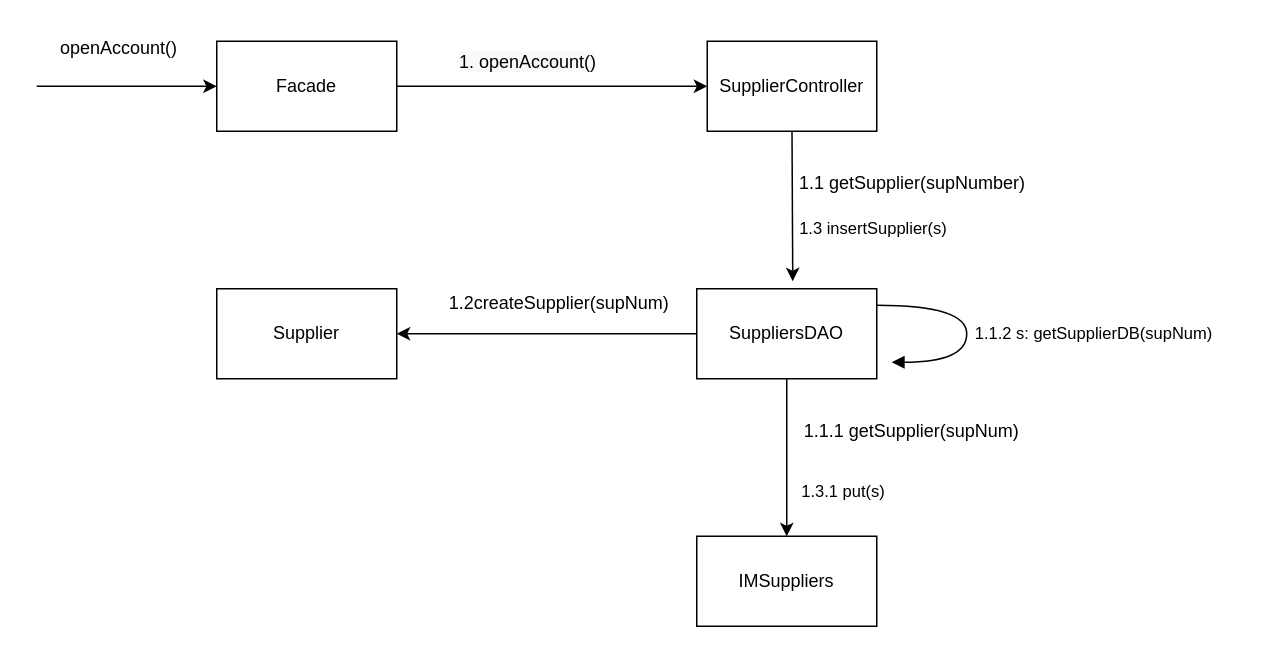
Above: page 2 of 2 of docs/use case diagram/sequence diagram scenario d.drawio in Naveavra/Market (draw.io), before the change. Source tidied: cells renumbered, new cells numbered last; positions are measured from the earlier drawing's top-left corner, leaving out a move shared by most shapes. Both pictures are drawn from the tidied source at 150%, with x=0, y=0 at pixel (36, 26).
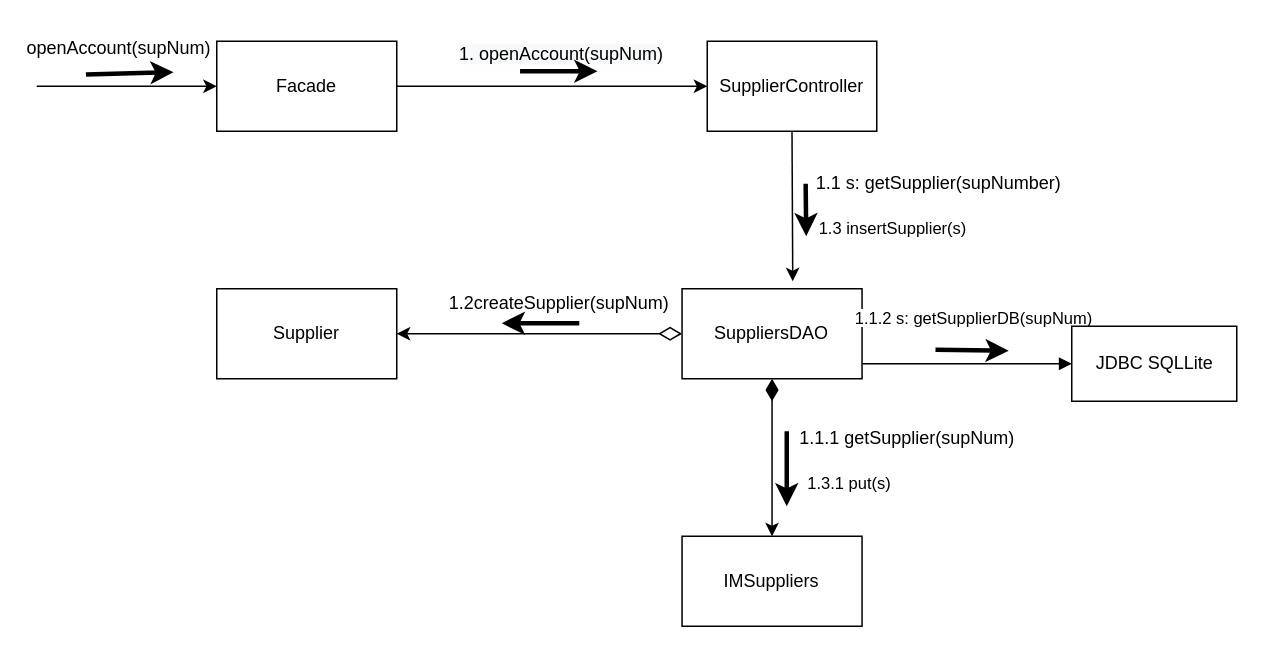
The same page after the edit.

Unchanged cells that the change refers to:
```xml
<mxCell id="7" value="Supplier" style="rounded=0;whiteSpace=wrap;html=1;" parent="1" vertex="1">
  <mxGeometry x="120" y="175" width="120" height="60" as="geometry" />
</mxCell>
<mxCell id="17" value="1.2createSupplier(supNum)" style="text;html=1;strokeColor=none;fillColor=none;align=center;verticalAlign=middle;whiteSpace=wrap;rounded=0;" parent="1" vertex="1">
  <mxGeometry x="265.8" y="170" width="164.5" height="30" as="geometry" />
</mxCell>
```

Diff of the diagram source:
```diff
@@
     <mxCell id="6" value="SuppliersDAO" style="rounded=0;whiteSpace=wrap;html=1;" parent="1" vertex="1">
-      <mxGeometry x="440" y="175" width="120" height="60" as="geometry" />
+      <mxGeometry x="430.2" y="175" width="120" height="60" as="geometry" />
     </mxCell>
@@
-    <mxCell id="9" style="endArrow=classic;html=1;rounded=0;exitX=0;exitY=0.5;exitDx=0;exitDy=0;entryX=1;entryY=0.5;entryDx=0;entryDy=0;" parent="1" edge="1" source="6" target="7">
+    <mxCell id="9" style="endArrow=classic;html=1;rounded=0;exitX=0;exitY=0.5;exitDx=0;exitDy=0;entryX=1;entryY=0.5;entryDx=0;entryDy=0;startArrow=diamondThin;startFill=0;endSize=6;startSize=13;" parent="1" edge="1" source="6" target="7">
       <mxGeometry relative="1" as="geometry" />
     </mxCell>
-    <mxCell id="10" value="openAccount()" style="text;html=1;strokeColor=none;fillColor=none;align=center;verticalAlign=middle;whiteSpace=wrap;rounded=0;" parent="1" vertex="1">
+    <mxCell id="10" value="openAccount(supNum)" style="text;html=1;strokeColor=none;fillColor=none;align=center;verticalAlign=middle;whiteSpace=wrap;rounded=0;" parent="1" vertex="1">
       <mxGeometry x="10" width="90" height="30" as="geometry" />
     </mxCell>
-    <mxCell id="11" value="&lt;span style=&quot;color: rgb(0, 0, 0); font-family: Helvetica; font-size: 12px; font-style: normal; font-variant-ligatures: normal; font-variant-caps: normal; font-weight: 400; letter-spacing: normal; orphans: 2; text-align: center; text-indent: 0px; text-transform: none; widows: 2; word-spacing: 0px; -webkit-text-stroke-width: 0px; background-color: rgb(248, 249, 250); text-decoration-thickness: initial; text-decoration-style: initial; text-decoration-color: initial; float: none; display: inline !important;&quot;&gt;1. openAccount()&lt;/span&gt;" style="text;whiteSpace=wrap;html=1;" parent="1" vertex="1">
-      <mxGeometry x="280" y="10" width="110" height="30" as="geometry" />
+    <mxCell id="11" value="&lt;span style=&quot;color: rgb(0, 0, 0); font-family: Helvetica; font-size: 12px; font-style: normal; font-variant-ligatures: normal; font-variant-caps: normal; font-weight: 400; letter-spacing: normal; orphans: 2; text-align: center; text-indent: 0px; text-transform: none; widows: 2; word-spacing: 0px; -webkit-text-stroke-width: 0px; background-color: rgb(248, 249, 250); text-decoration-thickness: initial; text-decoration-style: initial; text-decoration-color: initial; float: none; display: inline !important;&quot;&gt;1. openAccount(supNum)&lt;/span&gt;" style="text;whiteSpace=wrap;html=1;" parent="1" vertex="1">
+      <mxGeometry x="280" y="5" width="140" height="30" as="geometry" />
     </mxCell>
-    <mxCell id="12" value="1.1 getSupplier(supNumber)" style="text;html=1;strokeColor=none;fillColor=none;align=center;verticalAlign=middle;whiteSpace=wrap;rounded=0;" parent="1" vertex="1">
-      <mxGeometry x="500.6" y="90" width="165.8" height="30" as="geometry" />
+    <mxCell id="12" value="1.1 s: getSupplier(supNumber)" style="text;html=1;strokeColor=none;fillColor=none;align=center;verticalAlign=middle;whiteSpace=wrap;rounded=0;" parent="1" vertex="1">
+      <mxGeometry x="512.6" y="90" width="177.4" height="30" as="geometry" />
     </mxCell>
     <mxCell id="13" value="&lt;span style=&quot;&quot;&gt;IMSuppliers&lt;/span&gt;" style="rounded=0;whiteSpace=wrap;html=1;" parent="1" vertex="1">
-      <mxGeometry x="440" y="340" width="120" height="60" as="geometry" />
+      <mxGeometry x="430.2" y="340" width="120" height="60" as="geometry" />
     </mxCell>
-    <mxCell id="14" style="endArrow=classic;html=1;rounded=0;entryX=0.5;entryY=0;entryDx=0;entryDy=0;exitX=0.5;exitY=1;exitDx=0;exitDy=0;" parent="1" edge="1" source="6" target="13">
+    <mxCell id="14" style="endArrow=classic;html=1;rounded=0;entryX=0.5;entryY=0;entryDx=0;entryDy=0;exitX=0.5;exitY=1;exitDx=0;exitDy=0;startArrow=diamondThin;startFill=1;startSize=12;" parent="1" edge="1" source="6" target="13">
       <mxGeometry relative="1" as="geometry" />
     </mxCell>
     <mxCell id="15" value="1.1.1 getSupplier(supNum)" style="text;html=1;strokeColor=none;fillColor=none;align=center;verticalAlign=middle;whiteSpace=wrap;rounded=0;" parent="1" vertex="1">
-      <mxGeometry x="504" y="255" width="159" height="30" as="geometry" />
+      <mxGeometry x="500.6" y="260" width="159" height="30" as="geometry" />
     </mxCell>
-    <mxCell id="16" style="html=1;verticalAlign=bottom;endArrow=block;labelBackgroundColor=none;fontFamily=Verdana;fontSize=12;elbow=vertical;edgeStyle=orthogonalEdgeStyle;curved=1;entryX=1;entryY=0.286;entryPerimeter=0;" parent="1" edge="1">
+    <mxCell id="16" style="html=1;verticalAlign=bottom;endArrow=block;labelBackgroundColor=none;fontFamily=Verdana;fontSize=12;elbow=vertical;edgeStyle=orthogonalEdgeStyle;entryX=0;entryY=0.5;entryDx=0;entryDy=0;rounded=0;" parent="1" edge="1" target="21">
       <mxGeometry x="0.32" y="55" relative="1" as="geometry">
-        <mxPoint x="560" y="186" as="sourcePoint" />
-        <mxPoint x="570" y="224" as="targetPoint" />
+        <mxPoint x="550" y="225" as="sourcePoint" />
         <Array as="points">
-          <mxPoint x="620" y="185.9" />
-          <mxPoint x="620" y="223.9" />
+          <mxPoint x="550" y="225" />
         </Array>
         <mxPoint x="50" y="-33" as="offset" />
       </mxGeometry>
     </mxCell>
@@
     <mxCell id="18" value="&lt;span style=&quot;font-size: 11px; background-color: rgb(255, 255, 255);&quot;&gt;1.3 insertSupplier(s)&lt;/span&gt;" style="text;html=1;strokeColor=none;fillColor=none;align=center;verticalAlign=middle;whiteSpace=wrap;rounded=0;" parent="1" vertex="1">
-      <mxGeometry x="473" y="120" width="170" height="30" as="geometry" />
+      <mxGeometry x="486" y="120" width="170" height="30" as="geometry" />
     </mxCell>
     <mxCell id="19" value="&lt;span style=&quot;font-size: 11px; background-color: rgb(255, 255, 255);&quot;&gt;1.3.1 put(s)&lt;/span&gt;" style="text;html=1;strokeColor=none;fillColor=none;align=center;verticalAlign=middle;whiteSpace=wrap;rounded=0;" parent="1" vertex="1">
-      <mxGeometry x="503" y="295" width="70" height="30" as="geometry" />
+      <mxGeometry x="507" y="290" width="70" height="30" as="geometry" />
     </mxCell>
     <mxCell id="20" value="&lt;span style=&quot;font-size: 11px; text-align: left; background-color: rgb(255, 255, 255);&quot;&gt;1.1.2 s: getSupplierDB(supNum)&lt;/span&gt;" style="text;html=1;strokeColor=none;fillColor=none;align=center;verticalAlign=middle;whiteSpace=wrap;rounded=0;" parent="1" vertex="1">
-      <mxGeometry x="620" y="190" width="170" height="30" as="geometry" />
+      <mxGeometry x="540" y="180" width="170" height="30" as="geometry" />
     </mxCell>
+    <mxCell id="21" value="&lt;span style=&quot;&quot;&gt;JDBC SQLLite&lt;/span&gt;" style="html=1;" parent="1" vertex="1">
+      <mxGeometry x="690" y="200" width="110" height="50" as="geometry" />
+    </mxCell>
+    <mxCell id="22" style="endArrow=classic;html=1;rounded=0;strokeWidth=3;exitX=0.583;exitY=0.933;exitDx=0;exitDy=0;exitPerimeter=0;" parent="1" edge="1" source="17">
+      <mxGeometry relative="1" as="geometry">
+        <mxPoint x="310" y="198" as="targetPoint" />
+      </mxGeometry>
+    </mxCell>
+    <mxCell id="23" style="endArrow=classic;html=1;rounded=0;strokeWidth=3;exitX=0.583;exitY=0.933;exitDx=0;exitDy=0;exitPerimeter=0;" parent="1" edge="1">
+      <mxGeometry relative="1" as="geometry">
+        <mxPoint x="322.2" y="30" as="sourcePoint" />
+        <mxPoint x="373.8" y="30" as="targetPoint" />
+      </mxGeometry>
+    </mxCell>
+    <mxCell id="24" style="endArrow=classic;html=1;rounded=0;strokeWidth=3;exitX=0;exitY=0.5;exitDx=0;exitDy=0;" parent="1" edge="1" source="12">
+      <mxGeometry relative="1" as="geometry">
+        <mxPoint x="513" y="140" as="targetPoint" />
+      </mxGeometry>
+    </mxCell>
+    <mxCell id="25" style="endArrow=classic;html=1;rounded=0;strokeWidth=3;exitX=0.348;exitY=1.187;exitDx=0;exitDy=0;entryX=0.635;entryY=1.213;entryDx=0;entryDy=0;entryPerimeter=0;exitPerimeter=0;" parent="1" edge="1" source="20" target="20">
+      <mxGeometry relative="1" as="geometry" />
+    </mxCell>
+    <mxCell id="26" style="endArrow=classic;html=1;rounded=0;strokeWidth=3;" parent="1" edge="1">
+      <mxGeometry relative="1" as="geometry">
+        <mxPoint x="500" y="270" as="sourcePoint" />
+        <mxPoint x="500" y="320" as="targetPoint" />
+      </mxGeometry>
+    </mxCell>
+    <mxCell id="27" style="endArrow=classic;html=1;rounded=0;strokeWidth=3;exitX=0.253;exitY=1.24;exitDx=0;exitDy=0;exitPerimeter=0;entryX=0.902;entryY=1.187;entryDx=0;entryDy=0;entryPerimeter=0;" parent="1" edge="1">
+      <mxGeometry relative="1" as="geometry">
+        <mxPoint x="32.8" y="32.2" as="sourcePoint" />
+        <mxPoint x="91.2" y="30.6" as="targetPoint" />
+      </mxGeometry>
+    </mxCell>
```
